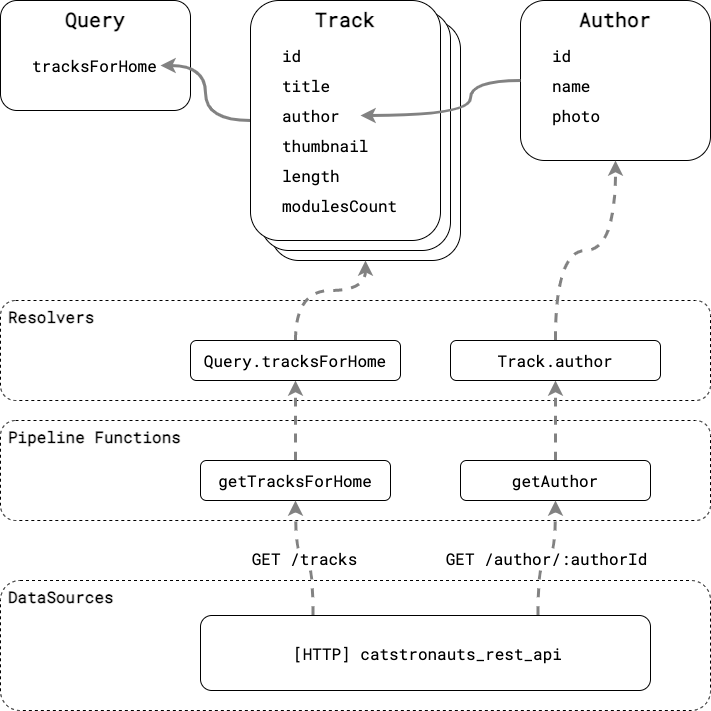
Earlier version of the draw.io export pages/research/catstronauts-api-overview.drawio.png (qmotas/cn-msa-research-note). Source tidied: cells renumbered, new cells last; positions are measured from the earlier drawing's top-left corner, leaving out a move shared by most shapes.
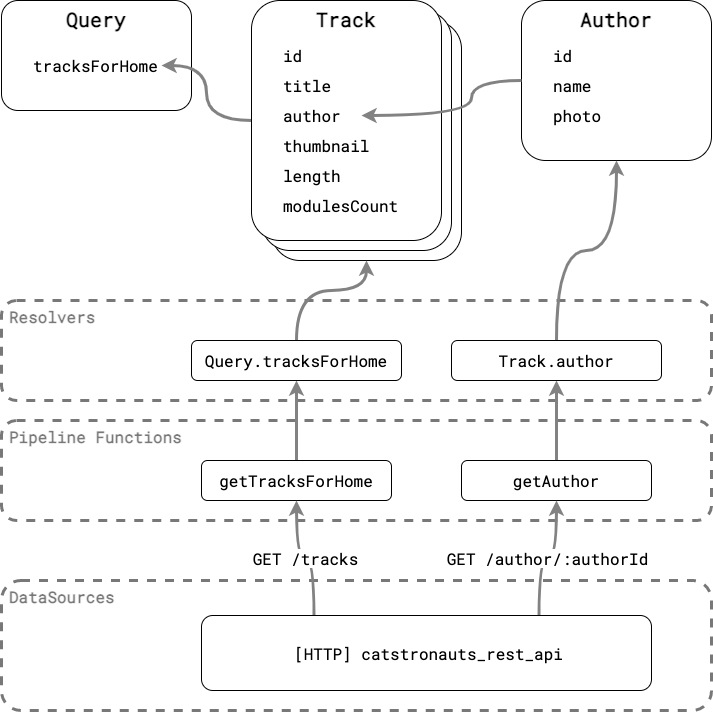
After the commit.

Commit message:
図の色を調整

What changed in the source:
```diff
@@ -2,7 +2,7 @@
   <root>
     <mxCell id="0" />
     <mxCell id="1" parent="0" />
-    <mxCell id="2" value="Resolvers" style="rounded=1;whiteSpace=wrap;html=1;fontFamily=Roboto Mono;fontSource=https%3A%2F%2Ffonts.googleapis.com%2Fcss%3Ffamily%3DRoboto%2BMono;fontStyle=1;fontSize=16;verticalAlign=top;align=left;spacing=2;spacingLeft=6;dashed=1;" parent="1" vertex="1">
+    <mxCell id="2" value="Resolvers" style="rounded=1;whiteSpace=wrap;html=1;fontFamily=Roboto Mono;fontSource=https%3A%2F%2Ffonts.googleapis.com%2Fcss%3Ffamily%3DRoboto%2BMono;fontStyle=1;fontSize=16;verticalAlign=top;align=left;spacing=2;spacingLeft=6;dashed=1;fillColor=none;strokeWidth=3;strokeColor=#787878;fontColor=#787878;labelBackgroundColor=none;fillStyle=dashed;" parent="1" vertex="1">
       <mxGeometry y="300" width="710" height="100" as="geometry" />
     </mxCell>
     <mxCell id="3" value="Track&lt;font style=&quot;font-size: 16px;&quot;&gt;&lt;br&gt;&lt;/font&gt;" style="rounded=1;whiteSpace=wrap;html=1;align=center;verticalAlign=top;fontStyle=1;fontSize=20;fontFamily=Roboto Mono;fontSource=https%3A%2F%2Ffonts.googleapis.com%2Fcss%3Ffamily%3DRoboto%2BMono;" parent="1" vertex="1">
@@ -61,25 +61,25 @@
         </Array>
       </mxGeometry>
     </mxCell>
-    <mxCell id="20" value="Pipeline Functions" style="rounded=1;whiteSpace=wrap;html=1;fontFamily=Roboto Mono;fontSource=https%3A%2F%2Ffonts.googleapis.com%2Fcss%3Ffamily%3DRoboto%2BMono;fontStyle=1;fontSize=16;verticalAlign=top;align=left;spacing=2;spacingLeft=6;dashed=1;" parent="1" vertex="1">
+    <mxCell id="20" value="Pipeline Functions" style="rounded=1;whiteSpace=wrap;html=1;fontFamily=Roboto Mono;fontSource=https%3A%2F%2Ffonts.googleapis.com%2Fcss%3Ffamily%3DRoboto%2BMono;fontStyle=1;fontSize=16;verticalAlign=top;align=left;spacing=2;spacingLeft=6;dashed=1;fillColor=none;strokeWidth=3;strokeColor=#787878;fontColor=#787878;labelBackgroundColor=none;fillStyle=dashed;" parent="1" vertex="1">
       <mxGeometry y="420" width="710" height="100" as="geometry" />
     </mxCell>
-    <mxCell id="21" value="DataSources" style="rounded=1;whiteSpace=wrap;html=1;fontFamily=Roboto Mono;fontSource=https%3A%2F%2Ffonts.googleapis.com%2Fcss%3Ffamily%3DRoboto%2BMono;fontStyle=1;fontSize=16;verticalAlign=top;align=left;spacing=2;spacingLeft=6;dashed=1;" parent="1" vertex="1">
+    <mxCell id="21" value="DataSources" style="rounded=1;whiteSpace=wrap;html=1;fontFamily=Roboto Mono;fontSource=https%3A%2F%2Ffonts.googleapis.com%2Fcss%3Ffamily%3DRoboto%2BMono;fontStyle=1;fontSize=16;verticalAlign=top;align=left;spacing=2;spacingLeft=6;dashed=1;fillColor=none;strokeWidth=3;strokeColor=#787878;fontColor=#787878;labelBackgroundColor=none;fillStyle=dashed;" parent="1" vertex="1">
       <mxGeometry y="580" width="710" height="130" as="geometry" />
     </mxCell>
-    <mxCell id="22" style="edgeStyle=orthogonalEdgeStyle;curved=1;html=1;exitX=0.5;exitY=0;exitDx=0;exitDy=0;entryX=0.5;entryY=1;entryDx=0;entryDy=0;fontFamily=Roboto Mono;fontSource=https%3A%2F%2Ffonts.googleapis.com%2Fcss%3Ffamily%3DRoboto%2BMono;fontSize=16;dashed=1;strokeColor=#828282;strokeWidth=3;" parent="1" edge="1" source="23" target="27">
+    <mxCell id="22" style="edgeStyle=orthogonalEdgeStyle;curved=1;html=1;exitX=0.5;exitY=0;exitDx=0;exitDy=0;entryX=0.5;entryY=1;entryDx=0;entryDy=0;fontFamily=Roboto Mono;fontSource=https%3A%2F%2Ffonts.googleapis.com%2Fcss%3Ffamily%3DRoboto%2BMono;fontSize=16;strokeColor=#828282;strokeWidth=3;" parent="1" edge="1" source="23" target="27">
       <mxGeometry relative="1" as="geometry" />
     </mxCell>
     <mxCell id="23" value="getTracksForHome" style="rounded=1;whiteSpace=wrap;html=1;fontFamily=Roboto Mono;fontSource=https%3A%2F%2Ffonts.googleapis.com%2Fcss%3Ffamily%3DRoboto%2BMono;fontSize=16;" parent="1" vertex="1">
       <mxGeometry x="200" y="460" width="190" height="40" as="geometry" />
     </mxCell>
-    <mxCell id="24" style="edgeStyle=orthogonalEdgeStyle;curved=1;html=1;exitX=0.5;exitY=0;exitDx=0;exitDy=0;entryX=0.5;entryY=1;entryDx=0;entryDy=0;fontFamily=Roboto Mono;fontSource=https%3A%2F%2Ffonts.googleapis.com%2Fcss%3Ffamily%3DRoboto%2BMono;fontSize=16;dashed=1;strokeColor=#828282;strokeWidth=3;" parent="1" edge="1" source="25" target="29">
+    <mxCell id="24" style="edgeStyle=orthogonalEdgeStyle;curved=1;html=1;exitX=0.5;exitY=0;exitDx=0;exitDy=0;entryX=0.5;entryY=1;entryDx=0;entryDy=0;fontFamily=Roboto Mono;fontSource=https%3A%2F%2Ffonts.googleapis.com%2Fcss%3Ffamily%3DRoboto%2BMono;fontSize=16;strokeColor=#828282;strokeWidth=3;" parent="1" edge="1" source="25" target="29">
       <mxGeometry relative="1" as="geometry" />
     </mxCell>
     <mxCell id="25" value="getAuthor" style="rounded=1;whiteSpace=wrap;html=1;fontFamily=Roboto Mono;fontSource=https%3A%2F%2Ffonts.googleapis.com%2Fcss%3Ffamily%3DRoboto%2BMono;fontSize=16;" parent="1" vertex="1">
       <mxGeometry x="460" y="460" width="190" height="40" as="geometry" />
     </mxCell>
-    <mxCell id="26" style="edgeStyle=orthogonalEdgeStyle;curved=1;html=1;exitX=0.5;exitY=0;exitDx=0;exitDy=0;entryX=0.5;entryY=1;entryDx=0;entryDy=0;fontFamily=Roboto Mono;fontSource=https%3A%2F%2Ffonts.googleapis.com%2Fcss%3Ffamily%3DRoboto%2BMono;fontSize=16;dashed=1;strokeColor=#828282;strokeWidth=3;" parent="1" edge="1" source="27" target="3">
+    <mxCell id="26" style="edgeStyle=orthogonalEdgeStyle;curved=1;html=1;exitX=0.5;exitY=0;exitDx=0;exitDy=0;entryX=0.5;entryY=1;entryDx=0;entryDy=0;fontFamily=Roboto Mono;fontSource=https%3A%2F%2Ffonts.googleapis.com%2Fcss%3Ffamily%3DRoboto%2BMono;fontSize=16;strokeColor=#828282;strokeWidth=3;" parent="1" edge="1" source="27" target="3">
       <mxGeometry relative="1" as="geometry">
         <Array as="points">
           <mxPoint x="295" y="290" />
@@ -90,16 +90,16 @@
     <mxCell id="27" value="Query.tracksForHome" style="rounded=1;whiteSpace=wrap;html=1;fontFamily=Roboto Mono;fontSource=https%3A%2F%2Ffonts.googleapis.com%2Fcss%3Ffamily%3DRoboto%2BMono;fontSize=16;" parent="1" vertex="1">
       <mxGeometry x="190" y="340" width="210" height="40" as="geometry" />
     </mxCell>
-    <mxCell id="28" style="edgeStyle=orthogonalEdgeStyle;curved=1;html=1;exitX=0.5;exitY=0;exitDx=0;exitDy=0;entryX=0.5;entryY=1;entryDx=0;entryDy=0;fontFamily=Roboto Mono;fontSource=https%3A%2F%2Ffonts.googleapis.com%2Fcss%3Ffamily%3DRoboto%2BMono;fontSize=16;dashed=1;strokeColor=#828282;strokeWidth=3;" parent="1" edge="1" source="29" target="15">
+    <mxCell id="28" style="edgeStyle=orthogonalEdgeStyle;curved=1;html=1;exitX=0.5;exitY=0;exitDx=0;exitDy=0;entryX=0.5;entryY=1;entryDx=0;entryDy=0;fontFamily=Roboto Mono;fontSource=https%3A%2F%2Ffonts.googleapis.com%2Fcss%3Ffamily%3DRoboto%2BMono;fontSize=16;strokeColor=#828282;strokeWidth=3;" parent="1" edge="1" source="29" target="15">
       <mxGeometry relative="1" as="geometry" />
     </mxCell>
     <mxCell id="29" value="Track.author" style="rounded=1;whiteSpace=wrap;html=1;fontFamily=Roboto Mono;fontSource=https%3A%2F%2Ffonts.googleapis.com%2Fcss%3Ffamily%3DRoboto%2BMono;fontSize=16;" parent="1" vertex="1">
       <mxGeometry x="450" y="340" width="210" height="40" as="geometry" />
     </mxCell>
-    <mxCell id="30" value="GET /tracks" style="edgeStyle=orthogonalEdgeStyle;html=1;exitX=0.25;exitY=0;exitDx=0;exitDy=0;entryX=0.5;entryY=1;entryDx=0;entryDy=0;fontFamily=Roboto Mono;fontSource=https%3A%2F%2Ffonts.googleapis.com%2Fcss%3Ffamily%3DRoboto%2BMono;fontSize=16;curved=1;dashed=1;strokeColor=#828282;strokeWidth=3;" parent="1" edge="1" source="32" target="23">
+    <mxCell id="30" value="&amp;nbsp;GET /tracks&amp;nbsp;" style="edgeStyle=orthogonalEdgeStyle;html=1;exitX=0.25;exitY=0;exitDx=0;exitDy=0;entryX=0.5;entryY=1;entryDx=0;entryDy=0;fontFamily=Roboto Mono;fontSource=https%3A%2F%2Ffonts.googleapis.com%2Fcss%3Ffamily%3DRoboto%2BMono;fontSize=16;curved=1;strokeColor=#828282;strokeWidth=3;spacingLeft=0;spacingRight=0;labelBackgroundColor=#FFFFFF;" parent="1" edge="1" source="32" target="23">
       <mxGeometry relative="1" as="geometry" />
     </mxCell>
-    <mxCell id="31" value="GET /author/:authorId" style="edgeStyle=orthogonalEdgeStyle;curved=1;html=1;exitX=0.75;exitY=0;exitDx=0;exitDy=0;entryX=0.5;entryY=1;entryDx=0;entryDy=0;fontFamily=Roboto Mono;fontSource=https%3A%2F%2Ffonts.googleapis.com%2Fcss%3Ffamily%3DRoboto%2BMono;fontSize=16;dashed=1;strokeColor=#828282;strokeWidth=3;" parent="1" edge="1" source="32" target="25">
+    <mxCell id="31" value="&amp;nbsp;GET /author/:authorId&amp;nbsp;" style="edgeStyle=orthogonalEdgeStyle;curved=1;html=1;exitX=0.75;exitY=0;exitDx=0;exitDy=0;entryX=0.5;entryY=1;entryDx=0;entryDy=0;fontFamily=Roboto Mono;fontSource=https%3A%2F%2Ffonts.googleapis.com%2Fcss%3Ffamily%3DRoboto%2BMono;fontSize=16;strokeColor=#828282;strokeWidth=3;spacingLeft=0;spacingRight=0;labelBackgroundColor=#FFFFFF;" parent="1" edge="1" source="32" target="25">
       <mxGeometry relative="1" as="geometry" />
     </mxCell>
     <mxCell id="32" value="[HTTP] catstronauts_rest_api" style="rounded=1;whiteSpace=wrap;html=1;fontFamily=Roboto Mono;fontSource=https%3A%2F%2Ffonts.googleapis.com%2Fcss%3Ffamily%3DRoboto%2BMono;fontSize=16;verticalAlign=middle;align=center;spacingLeft=5;" parent="1" vertex="1">
```
